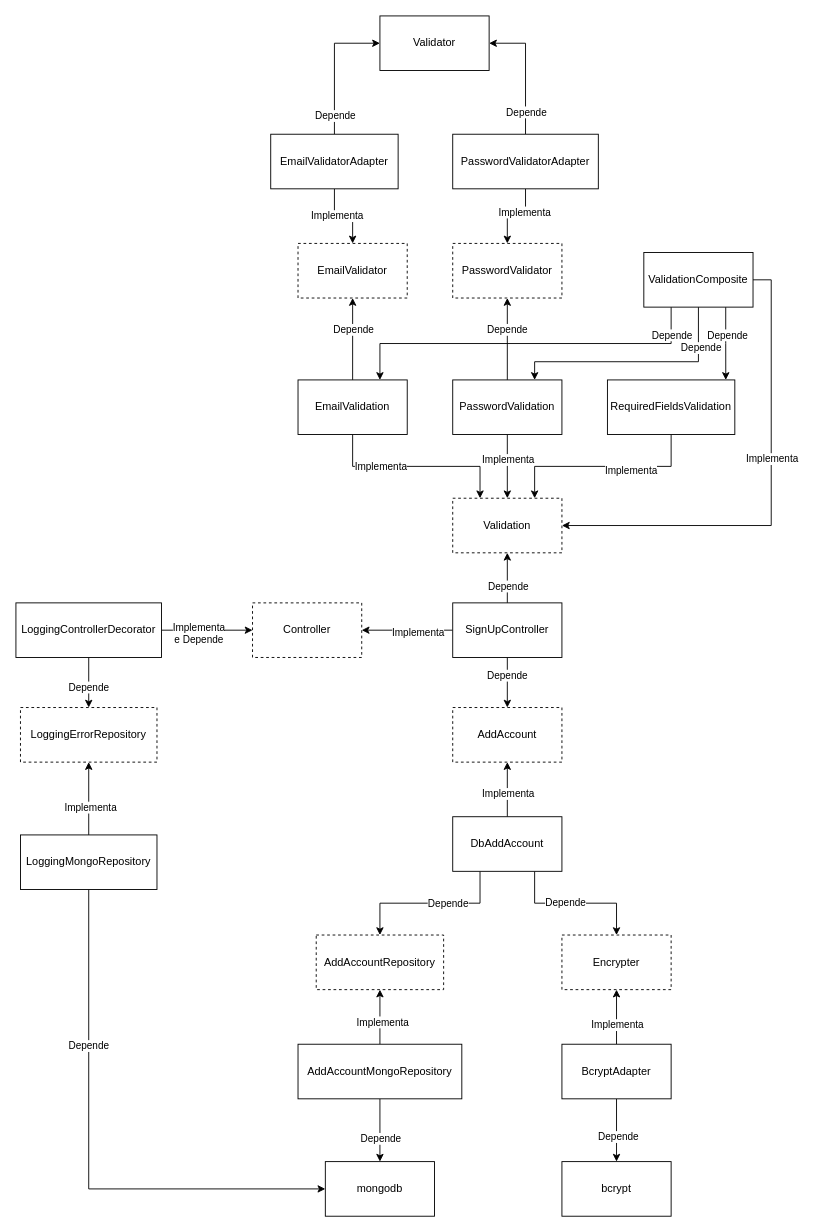
Before: Diagrams/controllers/signup.drawio in guimassoqueto/node-clean-api, a draw.io diagram. Source tidied: cells renumbered, new cells numbered last; positions are measured from the earlier drawing's top-left corner, leaving out a move shared by most shapes. Both pictures are drawn from the tidied source at 91%, with x=0, y=0 at pixel (15, 15).
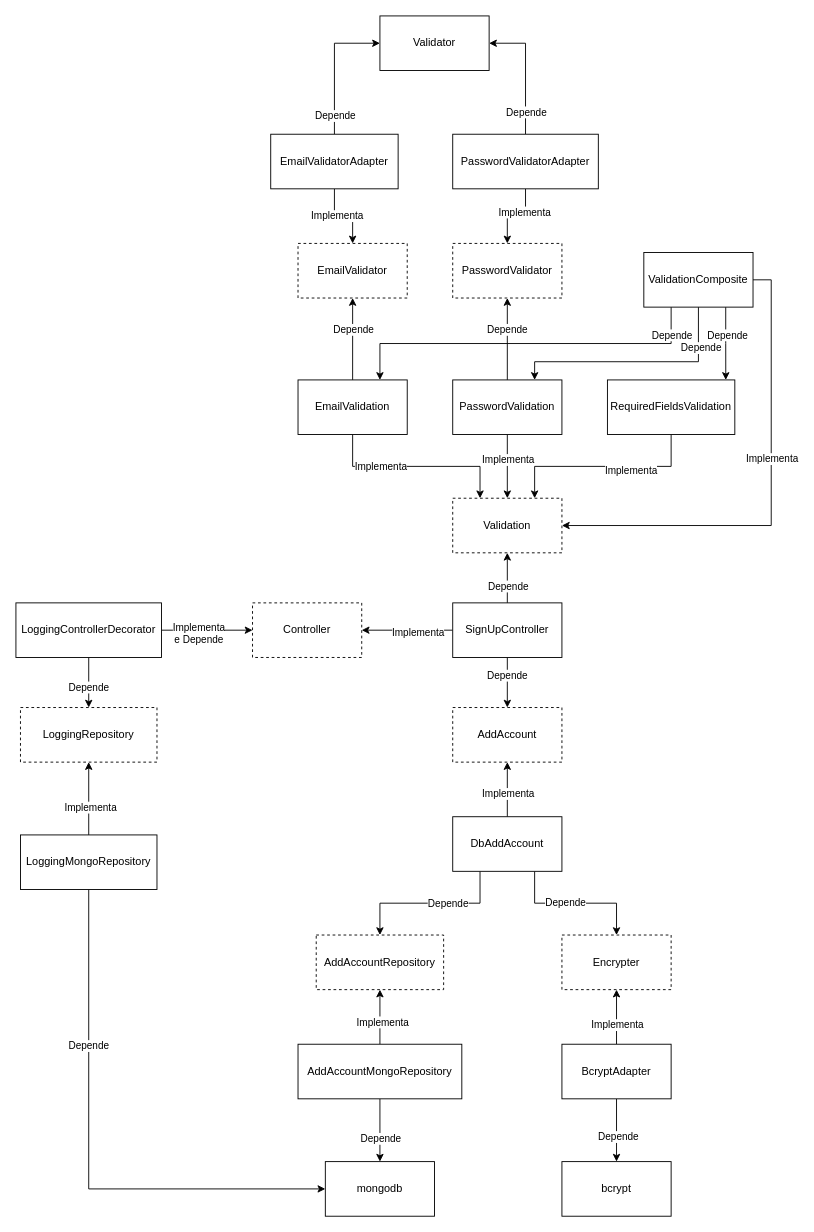
After the change.

Commit message (it also covers changes not shown here):
feat: turn LoggingErrorRepository into a more generic interface

What changed in the source:
```diff
@@
-    <mxCell id="73" value="LoggingErrorRepository" style="rounded=0;whiteSpace=wrap;html=1;dashed=1;" parent="1" vertex="1">
+    <mxCell id="73" value="LoggingRepository" style="rounded=0;whiteSpace=wrap;html=1;dashed=1;" parent="1" vertex="1">
       <mxGeometry x="5" y="760" width="150" height="60" as="geometry" />
     </mxCell>
```
